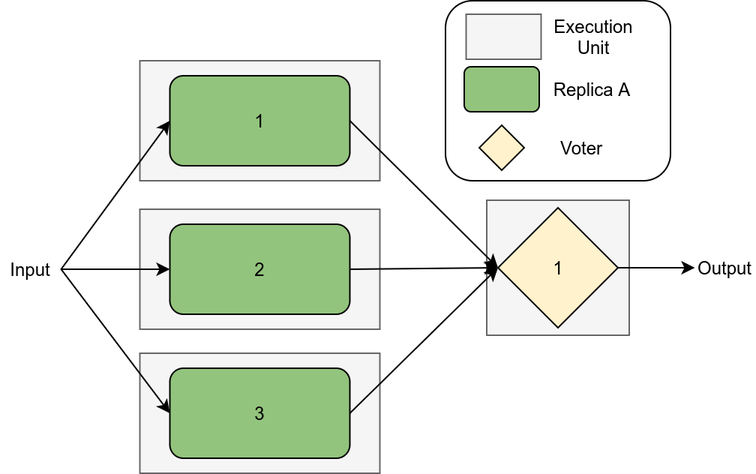
This is images/Classical2OO3.png from Boffmann/masterThesis, a draw.io export, as it was before one commit. Source tidied: cells renumbered, new cells last; positions are measured from the earlier drawing's top-left corner, leaving out a move shared by most shapes.
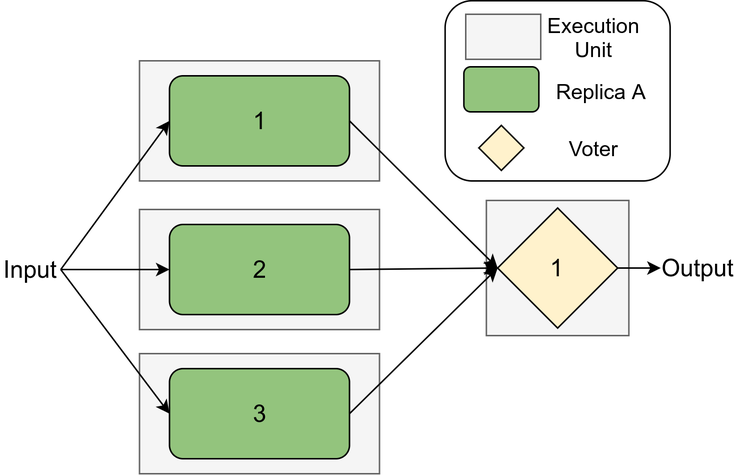
Later version of the same file.

What changed in the source:
```diff
@@ -3,28 +3,28 @@
     <mxCell id="0" />
     <mxCell id="1" parent="0" />
     <mxCell id="2" style="rounded=0;whiteSpace=wrap;html=1;fillColor=#f5f5f5;strokeColor=#666666;fontColor=#333333;" parent="1" vertex="1">
-      <mxGeometry x="324" y="133" width="95" height="90" as="geometry" />
+      <mxGeometry x="357.8" y="-912" width="95" height="90" as="geometry" />
     </mxCell>
     <mxCell id="3" style="rounded=0;whiteSpace=wrap;html=1;fillColor=#f5f5f5;strokeColor=#666666;fontColor=#333333;" parent="1" vertex="1">
-      <mxGeometry x="92.8" y="235" width="160" height="80" as="geometry" />
+      <mxGeometry x="126.5" y="-810" width="160" height="80" as="geometry" />
     </mxCell>
     <mxCell id="4" style="rounded=0;whiteSpace=wrap;html=1;fillColor=#f5f5f5;strokeColor=#666666;fontColor=#333333;" parent="1" vertex="1">
-      <mxGeometry x="92.8" y="139" width="160" height="80" as="geometry" />
+      <mxGeometry x="126.5" y="-906" width="160" height="80" as="geometry" />
     </mxCell>
     <mxCell id="5" style="rounded=0;whiteSpace=wrap;html=1;fillColor=#f5f5f5;strokeColor=#666666;fontColor=#333333;" parent="1" vertex="1">
-      <mxGeometry x="92.8" y="40" width="160" height="80" as="geometry" />
+      <mxGeometry x="126.5" y="-1005" width="160" height="80" as="geometry" />
     </mxCell>
-    <mxCell id="6" value="1" style="rounded=1;whiteSpace=wrap;html=1;fillColor=#93c47d;" parent="1" vertex="1">
-      <mxGeometry x="112.8" y="50" width="120" height="60" as="geometry" />
+    <mxCell id="6" value="&lt;font style=&quot;font-size: 16px&quot;&gt;1&lt;/font&gt;" style="rounded=1;whiteSpace=wrap;html=1;fillColor=#93c47d;" parent="1" vertex="1">
+      <mxGeometry x="146.5" y="-995" width="120" height="60" as="geometry" />
     </mxCell>
-    <mxCell id="7" value="3" style="rounded=1;whiteSpace=wrap;html=1;fillColor=#93c47d;" parent="1" vertex="1">
-      <mxGeometry x="112.8" y="245" width="120" height="60" as="geometry" />
+    <mxCell id="7" value="&lt;font style=&quot;font-size: 16px&quot;&gt;3&lt;/font&gt;" style="rounded=1;whiteSpace=wrap;html=1;fillColor=#93c47d;" parent="1" vertex="1">
+      <mxGeometry x="146.5" y="-800" width="120" height="60" as="geometry" />
     </mxCell>
-    <mxCell id="8" value="2" style="rounded=1;whiteSpace=wrap;html=1;fillColor=#93c47d;" parent="1" vertex="1">
-      <mxGeometry x="112.8" y="149" width="120" height="60" as="geometry" />
+    <mxCell id="8" value="&lt;font style=&quot;font-size: 16px&quot;&gt;2&lt;/font&gt;" style="rounded=1;whiteSpace=wrap;html=1;fillColor=#93c47d;" parent="1" vertex="1">
+      <mxGeometry x="146.5" y="-896" width="120" height="60" as="geometry" />
     </mxCell>
-    <mxCell id="9" value="Input" style="text;html=1;strokeColor=none;fillColor=none;align=center;verticalAlign=middle;whiteSpace=wrap;rounded=0;" parent="1" vertex="1">
-      <mxGeometry x="0.2" y="169" width="40" height="20" as="geometry" />
+    <mxCell id="9" value="&lt;font style=&quot;font-size: 16px&quot;&gt;Input&lt;/font&gt;" style="text;html=1;strokeColor=none;fillColor=none;align=center;verticalAlign=middle;whiteSpace=wrap;rounded=0;" parent="1" vertex="1">
+      <mxGeometry x="34" y="-876" width="40" height="20" as="geometry" />
     </mxCell>
     <mxCell id="10" style="endArrow=classic;html=1;exitX=1;exitY=0.5;exitDx=0;exitDy=0;entryX=0;entryY=0.5;entryDx=0;entryDy=0;" parent="1" edge="1" source="9" target="8">
       <mxGeometry relative="1" as="geometry" />
@@ -45,34 +45,36 @@
       <mxGeometry relative="1" as="geometry" />
     </mxCell>
     <mxCell id="16" style="rounded=1;whiteSpace=wrap;html=1;" parent="1" vertex="1">
-      <mxGeometry x="296.5" width="150" height="120" as="geometry" />
+      <mxGeometry x="330.2" y="-1045" width="150" height="120" as="geometry" />
     </mxCell>
     <mxCell id="17" style="rounded=0;whiteSpace=wrap;html=1;fillColor=#f5f5f5;strokeColor=#666666;fontColor=#333333;" parent="1" vertex="1">
-      <mxGeometry x="310.2" y="9" width="50" height="30" as="geometry" />
+      <mxGeometry x="344" y="-1036" width="50" height="30" as="geometry" />
     </mxCell>
-    <mxCell id="18" value="Execution&lt;br&gt;Unit" style="text;html=1;align=center;verticalAlign=middle;" parent="1" vertex="1">
-      <mxGeometry x="360.2" y="9" width="70" height="30" as="geometry" />
+    <mxCell id="18" value="&lt;font style=&quot;font-size: 14px&quot;&gt;Execution&lt;br&gt;Unit&lt;/font&gt;" style="text;html=1;align=center;verticalAlign=middle;" parent="1" vertex="1">
+      <mxGeometry x="389" y="-1041" width="80" height="40" as="geometry" />
     </mxCell>
     <mxCell id="19" style="rhombus;whiteSpace=wrap;html=1;fillColor=#fff2cc;" parent="1" vertex="1">
-      <mxGeometry x="319" y="83" width="30" height="30" as="geometry" />
+      <mxGeometry x="352.8" y="-962" width="30" height="30" as="geometry" />
     </mxCell>
-    <mxCell id="20" value="Voter" style="text;html=1;align=center;verticalAlign=middle;" parent="1" vertex="1">
-      <mxGeometry x="366.5" y="88" width="40" height="20" as="geometry" />
+    <mxCell id="20" value="&lt;font style=&quot;font-size: 14px&quot;&gt;Voter&lt;/font&gt;" style="text;html=1;align=center;verticalAlign=middle;" parent="1" vertex="1">
+      <mxGeometry x="404" y="-957" width="50" height="20" as="geometry" />
     </mxCell>
     <mxCell id="21" style="rounded=1;whiteSpace=wrap;html=1;fillColor=#93c47d;" parent="1" vertex="1">
-      <mxGeometry x="309" y="44" width="50" height="30" as="geometry" />
+      <mxGeometry x="342.8" y="-1001" width="50" height="30" as="geometry" />
     </mxCell>
-    <mxCell id="22" value="Replica A" style="text;html=1;align=center;verticalAlign=middle;" parent="1" vertex="1">
-      <mxGeometry x="359" y="49" width="70" height="20" as="geometry" />
+    <mxCell id="22" value="&lt;font style=&quot;font-size: 14px&quot;&gt;Replica A&lt;/font&gt;" style="text;html=1;align=center;verticalAlign=middle;" parent="1" vertex="1">
+      <mxGeometry x="399" y="-995" width="70" height="20" as="geometry" />
     </mxCell>
-    <mxCell id="23" value="Output" style="text;html=1;strokeColor=none;fillColor=none;align=center;verticalAlign=middle;whiteSpace=wrap;rounded=0;" parent="1" vertex="1">
-      <mxGeometry x="462.8" y="168" width="40" height="20" as="geometry" />
+    <mxCell id="23" value="&lt;font style=&quot;font-size: 16px&quot;&gt;Output&lt;/font&gt;" style="text;html=1;strokeColor=none;fillColor=none;align=center;verticalAlign=middle;whiteSpace=wrap;rounded=0;" parent="1" vertex="1">
+      <mxGeometry x="479" y="-877" width="40" height="20" as="geometry" />
     </mxCell>
-    <mxCell id="24" style="endArrow=classic;html=1;entryX=0;entryY=0.5;entryDx=0;entryDy=0;exitX=1;exitY=0.5;exitDx=0;exitDy=0;" parent="1" edge="1" source="25" target="23">
-      <mxGeometry relative="1" as="geometry" />
+    <mxCell id="24" style="endArrow=classic;html=1;exitX=1;exitY=0.5;exitDx=0;exitDy=0;" parent="1" edge="1" source="25">
+      <mxGeometry relative="1" as="geometry">
+        <mxPoint x="474" y="-867" as="targetPoint" />
+      </mxGeometry>
     </mxCell>
-    <mxCell id="25" value="1" style="rhombus;whiteSpace=wrap;html=1;fillColor=#fff2cc;" parent="1" vertex="1">
-      <mxGeometry x="331.5" y="138" width="80" height="80" as="geometry" />
+    <mxCell id="25" value="&lt;font style=&quot;font-size: 16px&quot;&gt;1&lt;/font&gt;" style="rhombus;whiteSpace=wrap;html=1;fillColor=#fff2cc;" parent="1" vertex="1">
+      <mxGeometry x="365.2" y="-907" width="80" height="80" as="geometry" />
     </mxCell>
   </root>
 </mxGraphModel>
```
